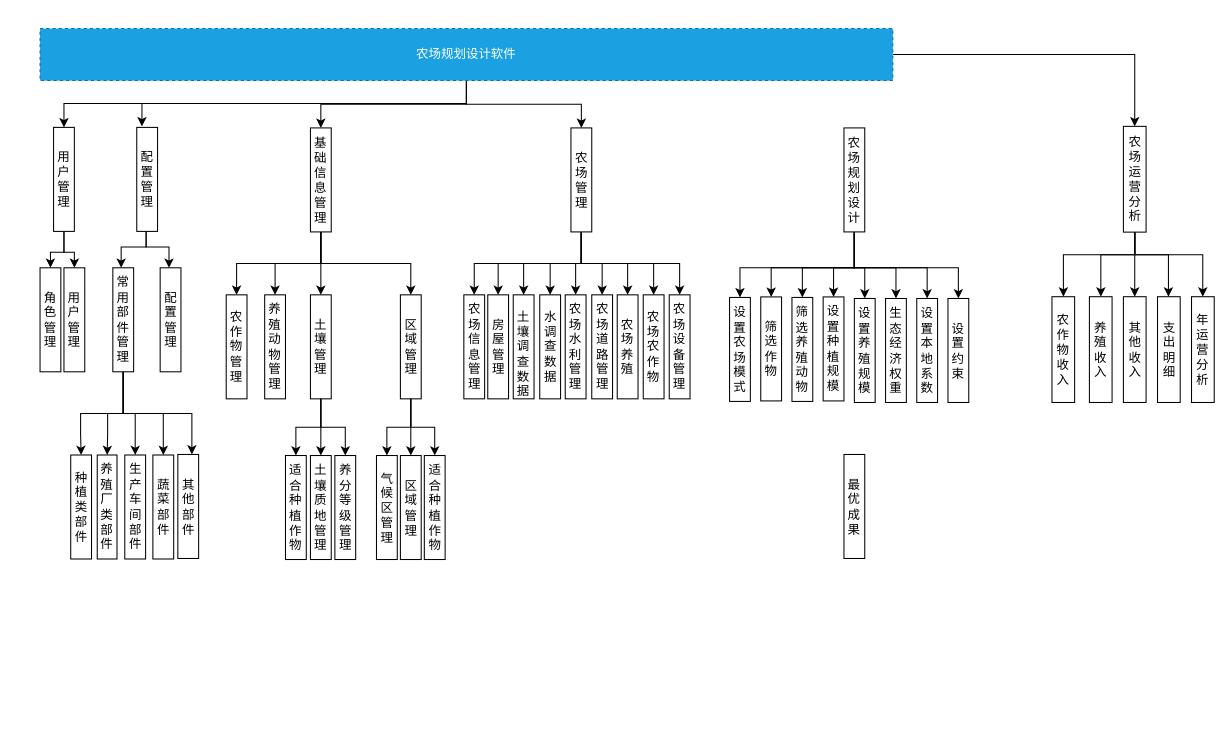
Above: page "系统功能模块" (6 of 6) of 农场规划界面.drawio in diversoft/systemImage (draw.io), before the change. Source tidied: cells renumbered, new cells numbered last; positions are measured from the earlier drawing's top-left corner, leaving out a move shared by most shapes. Both pictures are drawn from the tidied source at 104%, with x=0, y=0 at pixel (40, 28).
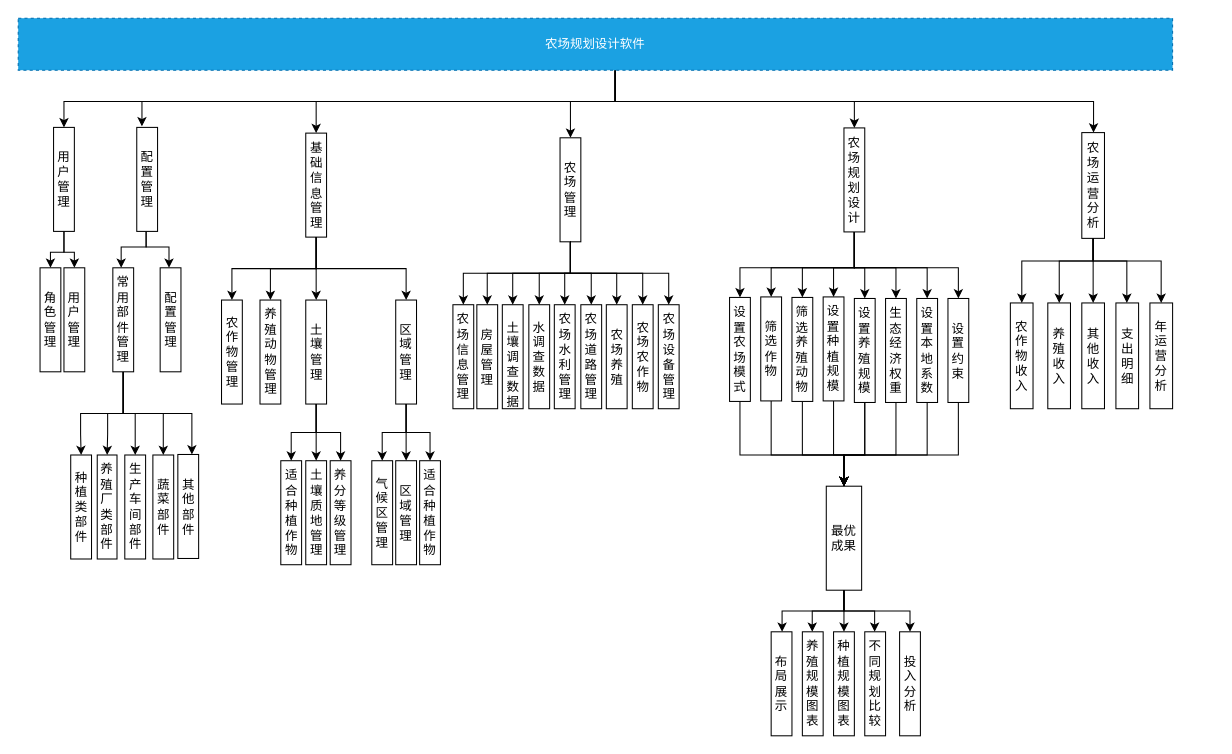
After the change.

Commit message (it also covers changes not shown here):
更新农场规划界面.drawio

The change refers to these unchanged cells:
```xml
<mxCell id="29" value="基础信息管理" style="rounded=0;whiteSpace=wrap;html=1;" parent="28" vertex="1">
  <mxGeometry x="81" width="20" height="100" as="geometry" />
</mxCell>
<mxCell id="80" value="农场规划设计" style="rounded=0;whiteSpace=wrap;html=1;" parent="1" vertex="1">
  <mxGeometry x="773" y="95.5" width="20" height="100" as="geometry" />
</mxCell>
<mxCell id="82" value="设置农场模式" style="rounded=0;whiteSpace=wrap;html=1;" parent="1" vertex="1">
  <mxGeometry x="663" y="258.5" width="20" height="100" as="geometry" />
</mxCell>
<mxCell id="83" value="设置约束" style="rounded=0;whiteSpace=wrap;html=1;" parent="1" vertex="1">
  <mxGeometry x="873" y="259.5" width="20" height="100" as="geometry" />
</mxCell>
<mxCell id="84" value="设置本地系数" style="rounded=0;whiteSpace=wrap;html=1;" parent="1" vertex="1">
  <mxGeometry x="843" y="259.5" width="20" height="100" as="geometry" />
</mxCell>
<mxCell id="85" value="生态经济权重" style="rounded=0;whiteSpace=wrap;html=1;" parent="1" vertex="1">
  <mxGeometry x="813" y="259.5" width="20" height="100" as="geometry" />
</mxCell>
<mxCell id="86" value="设置养殖规模" style="rounded=0;whiteSpace=wrap;html=1;" parent="1" vertex="1">
  <mxGeometry x="783" y="259.5" width="20" height="100" as="geometry" />
</mxCell>
<mxCell id="87" value="设置种植规模" style="rounded=0;whiteSpace=wrap;html=1;" parent="1" vertex="1">
  <mxGeometry x="753" y="258" width="20" height="100" as="geometry" />
</mxCell>
<mxCell id="88" value="筛选养殖动物" style="rounded=0;whiteSpace=wrap;html=1;" parent="1" vertex="1">
  <mxGeometry x="723" y="258.5" width="20" height="100" as="geometry" />
</mxCell>
<mxCell id="89" value="筛选作物" style="rounded=0;whiteSpace=wrap;html=1;" parent="1" vertex="1">
  <mxGeometry x="693" y="258" width="20" height="100" as="geometry" />
</mxCell>
<mxCell id="91" value="农场运营分析" style="rounded=0;whiteSpace=wrap;html=1;" parent="90" vertex="1">
  <mxGeometry x="68.7" y="4.5" width="21.8" height="101.7" as="geometry" />
</mxCell>
```

Change to the diagram source:
```diff
@@
     <mxCell id="2" style="edgeStyle=orthogonalEdgeStyle;rounded=0;jettySize=auto;html=1;" parent="1" edge="1" source="7">
       <mxGeometry relative="1" as="geometry">
         <mxPoint x="23" y="95" as="targetPoint" />
         <Array as="points">
-          <mxPoint x="410" y="72" />
-          <mxPoint x="23" y="72" />
+          <mxPoint x="553" y="70" />
+          <mxPoint x="23" y="70" />
         </Array>
       </mxGeometry>
     </mxCell>
     <mxCell id="3" style="edgeStyle=orthogonalEdgeStyle;rounded=0;jettySize=auto;html=1;entryX=0.5;entryY=0;entryDx=0;entryDy=0;" parent="1" edge="1" source="7" target="29">
-      <mxGeometry relative="1" as="geometry" />
+      <mxGeometry relative="1" as="geometry">
+        <Array as="points">
+          <mxPoint x="553" y="70" />
+          <mxPoint x="265" y="70" />
+        </Array>
+      </mxGeometry>
     </mxCell>
-    <mxCell id="4" style="edgeStyle=orthogonalEdgeStyle;rounded=0;jettySize=auto;html=1;entryX=0.5;entryY=0;entryDx=0;entryDy=0;" parent="1" edge="1" source="7" target="9">
-      <mxGeometry relative="1" as="geometry" />
-    </mxCell>
     <mxCell id="5" style="edgeStyle=orthogonalEdgeStyle;rounded=0;jettySize=auto;html=1;" parent="1" edge="1" source="7" target="91">
-      <mxGeometry relative="1" as="geometry" />
+      <mxGeometry relative="1" as="geometry">
+        <Array as="points">
+          <mxPoint x="553" y="70" />
+          <mxPoint x="1013" y="70" />
+        </Array>
+      </mxGeometry>
     </mxCell>
-    <mxCell id="6" style="edgeStyle=orthogonalEdgeStyle;rounded=0;orthogonalLoop=1;jettySize=auto;html=1;entryX=0.25;entryY=0;entryDx=0;entryDy=0;" parent="1" edge="1">
+    <mxCell id="6" style="edgeStyle=orthogonalEdgeStyle;rounded=0;jettySize=auto;html=1;entryX=0.25;entryY=0;entryDx=0;entryDy=0;" parent="1" edge="1" source="7">
       <mxGeometry relative="1" as="geometry">
-        <mxPoint x="410" y="49" as="sourcePoint" />
         <mxPoint x="98" y="94" as="targetPoint" />
         <Array as="points">
-          <mxPoint x="410" y="72" />
-          <mxPoint x="98" y="72" />
+          <mxPoint x="553" y="70" />
+          <mxPoint x="98" y="70" />
         </Array>
       </mxGeometry>
     </mxCell>
+    <mxCell id="102" style="edgeStyle=orthogonalEdgeStyle;rounded=0;jettySize=auto;html=1;entryX=0.5;entryY=0;entryDx=0;entryDy=0;" parent="1" edge="1" source="7" target="80">
+      <mxGeometry relative="1" as="geometry">
+        <Array as="points">
+          <mxPoint x="553" y="70" />
+          <mxPoint x="783" y="70" />
+        </Array>
+      </mxGeometry>
+    </mxCell>
+    <mxCell id="4" style="edgeStyle=orthogonalEdgeStyle;rounded=0;jettySize=auto;html=1;entryX=0.5;entryY=0;entryDx=0;entryDy=0;" parent="1" edge="1" source="7" target="9">
+      <mxGeometry relative="1" as="geometry">
+        <Array as="points">
+          <mxPoint x="553" y="70" />
+          <mxPoint x="510" y="70" />
+        </Array>
+      </mxGeometry>
+    </mxCell>
     <mxCell id="7" value="农场规划设计软件" style="rounded=0;whiteSpace=wrap;html=1;dashed=1;fillColor=#1ba1e2;strokeColor=#006EAF;fontColor=#ffffff;" parent="1" vertex="1">
-      <mxGeometry width="820" height="50" as="geometry" />
+      <mxGeometry x="-21" y="-10" width="1110" height="50" as="geometry" />
     </mxCell>
-    <mxCell id="8" style="group;" parent="1" vertex="1">
-      <mxGeometry x="407.5" y="95.5" width="217.5" height="260.5" as="geometry" />
-    </mxCell>
-    <mxCell id="9" value="农场管理&lt;br&gt;" style="rounded=0;whiteSpace=wrap;html=1;" parent="8" vertex="1">
-      <mxGeometry x="103" width="20" height="100" as="geometry" />
-    </mxCell>
-    <mxCell id="10" value="农场设备管理&lt;br&gt;" style="rounded=0;whiteSpace=wrap;html=1;" parent="8" vertex="1">
-      <mxGeometry x="197.5" y="160.5" width="20" height="100" as="geometry" />
-    </mxCell>
-    <mxCell id="11" style="edgeStyle=orthogonalEdgeStyle;rounded=0;jettySize=auto;html=1;exitX=0.5;exitY=1;exitDx=0;exitDy=0;" parent="8" edge="1" source="9" target="10">
-      <mxGeometry relative="1" as="geometry" />
-    </mxCell>
-    <mxCell id="12" value="农场农作物&lt;br&gt;" style="rounded=0;whiteSpace=wrap;html=1;" parent="8" vertex="1">
-      <mxGeometry x="172.5" y="160.5" width="20" height="100" as="geometry" />
-    </mxCell>
-    <mxCell id="13" style="edgeStyle=orthogonalEdgeStyle;rounded=0;jettySize=auto;html=1;exitX=0.5;exitY=1;exitDx=0;exitDy=0;" parent="8" edge="1" source="9" target="12">
-      <mxGeometry relative="1" as="geometry" />
-    </mxCell>
-    <mxCell id="14" value="农场养殖&lt;br&gt;" style="rounded=0;whiteSpace=wrap;html=1;" parent="8" vertex="1">
-      <mxGeometry x="147.5" y="160.5" width="20" height="100" as="geometry" />
-    </mxCell>
-    <mxCell id="15" style="edgeStyle=orthogonalEdgeStyle;rounded=0;jettySize=auto;html=1;exitX=0.5;exitY=1;exitDx=0;exitDy=0;" parent="8" edge="1" source="9" target="14">
-      <mxGeometry relative="1" as="geometry" />
-    </mxCell>
-    <mxCell id="16" value="农场&lt;br&gt;道路管理&lt;br&gt;" style="rounded=0;whiteSpace=wrap;html=1;" parent="8" vertex="1">
-      <mxGeometry x="123" y="160.5" width="20" height="100" as="geometry" />
-    </mxCell>
-    <mxCell id="17" style="edgeStyle=orthogonalEdgeStyle;rounded=0;jettySize=auto;html=1;exitX=0.5;exitY=1;exitDx=0;exitDy=0;" parent="8" edge="1" source="9" target="16">
-      <mxGeometry relative="1" as="geometry" />
-    </mxCell>
-    <mxCell id="18" value="农场水利管理&lt;br&gt;" style="rounded=0;whiteSpace=wrap;html=1;" parent="8" vertex="1">
-      <mxGeometry x="97.5" y="160.5" width="20" height="100" as="geometry" />
-    </mxCell>
-    <mxCell id="19" style="edgeStyle=orthogonalEdgeStyle;rounded=0;jettySize=auto;html=1;" parent="8" edge="1" source="9" target="18">
-      <mxGeometry relative="1" as="geometry" />
-    </mxCell>
-    <mxCell id="20" value="水调查数据&lt;br&gt;" style="rounded=0;whiteSpace=wrap;html=1;" parent="8" vertex="1">
-      <mxGeometry x="73" y="160.5" width="20" height="100" as="geometry" />
-    </mxCell>
-    <mxCell id="21" style="edgeStyle=orthogonalEdgeStyle;rounded=0;jettySize=auto;html=1;exitX=0.5;exitY=1;exitDx=0;exitDy=0;" parent="8" edge="1" source="9" target="20">
-      <mxGeometry relative="1" as="geometry" />
-    </mxCell>
-    <mxCell id="22" value="&lt;br&gt;土壤调查数据&lt;br&gt;" style="rounded=0;whiteSpace=wrap;html=1;" parent="8" vertex="1">
-      <mxGeometry x="47.5" y="160.5" width="20" height="100" as="geometry" />
-    </mxCell>
-    <mxCell id="23" style="edgeStyle=orthogonalEdgeStyle;rounded=0;jettySize=auto;html=1;exitX=0.5;exitY=1;exitDx=0;exitDy=0;" parent="8" edge="1" source="9" target="22">
-      <mxGeometry relative="1" as="geometry" />
-    </mxCell>
-    <mxCell id="24" value="房屋管理&lt;br&gt;" style="rounded=0;whiteSpace=wrap;html=1;" parent="8" vertex="1">
-      <mxGeometry x="23" y="160.5" width="20" height="100" as="geometry" />
-    </mxCell>
-    <mxCell id="25" style="edgeStyle=orthogonalEdgeStyle;rounded=0;jettySize=auto;html=1;exitX=0.5;exitY=1;exitDx=0;exitDy=0;" parent="8" edge="1" source="9" target="24">
-      <mxGeometry relative="1" as="geometry" />
-    </mxCell>
-    <mxCell id="26" value="农场&lt;br&gt;信息管理&lt;br&gt;" style="rounded=0;whiteSpace=wrap;html=1;" parent="8" vertex="1">
-      <mxGeometry y="160.5" width="20" height="100" as="geometry" />
-    </mxCell>
-    <mxCell id="27" style="edgeStyle=orthogonalEdgeStyle;rounded=0;jettySize=auto;html=1;exitX=0.5;exitY=1;exitDx=0;exitDy=0;" parent="8" edge="1" source="9" target="26">
-      <mxGeometry relative="1" as="geometry" />
-    </mxCell>
     <mxCell id="28" style="group;" parent="1" vertex="1">
-      <mxGeometry x="179" y="95.5" width="210.5" height="415" as="geometry" />
+      <mxGeometry x="174.5" y="100.5" width="210.5" height="415" as="geometry" />
     </mxCell>
@@
-    <mxCell id="81" value="最优成果" style="rounded=0;whiteSpace=wrap;html=1;" parent="1" vertex="1">
-      <mxGeometry x="773" y="409.5" width="20" height="100" as="geometry" />
-    </mxCell>
+    <mxCell id="103" style="edgeStyle=orthogonalEdgeStyle;rounded=0;jettySize=auto;html=1;entryX=0.5;entryY=0;entryDx=0;entryDy=0;" parent="1" edge="1" source="82" target="81">
+      <mxGeometry relative="1" as="geometry">
+        <Array as="points">
+          <mxPoint x="673" y="410" />
+          <mxPoint x="773" y="410" />
+        </Array>
+      </mxGeometry>
+    </mxCell>
@@
+    <mxCell id="104" style="edgeStyle=orthogonalEdgeStyle;rounded=0;jettySize=auto;html=1;entryX=0.5;entryY=0;entryDx=0;entryDy=0;" parent="1" edge="1" source="83" target="81">
+      <mxGeometry relative="1" as="geometry">
+        <Array as="points">
+          <mxPoint x="883" y="410" />
+          <mxPoint x="773" y="410" />
+        </Array>
+      </mxGeometry>
+    </mxCell>
@@
+    <mxCell id="105" style="edgeStyle=orthogonalEdgeStyle;rounded=0;jettySize=auto;html=1;" parent="1" edge="1" source="84">
+      <mxGeometry relative="1" as="geometry">
+        <mxPoint x="773" y="490" as="targetPoint" />
+        <Array as="points">
+          <mxPoint x="853" y="410" />
+          <mxPoint x="773" y="410" />
+        </Array>
+      </mxGeometry>
+    </mxCell>
@@
+    <mxCell id="106" style="edgeStyle=orthogonalEdgeStyle;rounded=0;jettySize=auto;html=1;entryX=0.5;entryY=0;entryDx=0;entryDy=0;" parent="1" edge="1" source="85" target="81">
+      <mxGeometry relative="1" as="geometry">
+        <Array as="points">
+          <mxPoint x="823" y="410" />
+          <mxPoint x="773" y="410" />
+        </Array>
+      </mxGeometry>
+    </mxCell>
@@
+    <mxCell id="107" style="edgeStyle=orthogonalEdgeStyle;rounded=0;jettySize=auto;html=1;entryX=0.5;entryY=0;entryDx=0;entryDy=0;" parent="1" edge="1" source="86" target="81">
+      <mxGeometry relative="1" as="geometry">
+        <Array as="points">
+          <mxPoint x="793" y="410" />
+          <mxPoint x="773" y="410" />
+        </Array>
+      </mxGeometry>
+    </mxCell>
+    <mxCell id="108" style="edgeStyle=orthogonalEdgeStyle;rounded=0;jettySize=auto;html=1;entryX=0.5;entryY=0;entryDx=0;entryDy=0;" parent="1" edge="1" source="86" target="81">
+      <mxGeometry relative="1" as="geometry">
+        <Array as="points">
+          <mxPoint x="793" y="410" />
+          <mxPoint x="773" y="410" />
+        </Array>
+      </mxGeometry>
+    </mxCell>
@@
+    <mxCell id="109" style="edgeStyle=orthogonalEdgeStyle;rounded=0;jettySize=auto;html=1;entryX=0.5;entryY=0;entryDx=0;entryDy=0;" parent="1" edge="1" source="87" target="81">
+      <mxGeometry relative="1" as="geometry">
+        <Array as="points">
+          <mxPoint x="763" y="410" />
+          <mxPoint x="773" y="410" />
+        </Array>
+      </mxGeometry>
+    </mxCell>
@@
+    <mxCell id="110" style="edgeStyle=orthogonalEdgeStyle;rounded=0;jettySize=auto;html=1;entryX=0.5;entryY=0;entryDx=0;entryDy=0;" parent="1" edge="1" source="88" target="81">
+      <mxGeometry relative="1" as="geometry">
+        <Array as="points">
+          <mxPoint x="733" y="410" />
+          <mxPoint x="773" y="410" />
+        </Array>
+      </mxGeometry>
+    </mxCell>
@@
+    <mxCell id="111" style="edgeStyle=orthogonalEdgeStyle;rounded=0;jettySize=auto;html=1;" parent="1" edge="1" source="89" target="81">
+      <mxGeometry relative="1" as="geometry">
+        <Array as="points">
+          <mxPoint x="703" y="410" />
+          <mxPoint x="773" y="410" />
+        </Array>
+      </mxGeometry>
+    </mxCell>
@@
     <mxCell id="90" style="group;" parent="1" vertex="1">
-      <mxGeometry x="973" y="89.5" width="156" height="270" as="geometry" />
+      <mxGeometry x="933" y="95.5" width="156" height="270" as="geometry" />
     </mxCell>
@@
+    <mxCell id="112" style="group;" parent="1" vertex="1">
+      <mxGeometry x="703" y="440" width="143.5" height="240" as="geometry" />
+    </mxCell>
+    <mxCell id="81" value="最优成果" style="rounded=0;whiteSpace=wrap;html=1;" parent="112" vertex="1">
+      <mxGeometry x="53" width="34" height="100" as="geometry" />
+    </mxCell>
+    <mxCell id="113" value="投入分析" style="rounded=0;whiteSpace=wrap;html=1;" parent="112" vertex="1">
+      <mxGeometry x="123.5" y="140" width="20" height="100" as="geometry" />
+    </mxCell>
+    <mxCell id="114" style="edgeStyle=orthogonalEdgeStyle;rounded=0;jettySize=auto;html=1;exitX=0.5;exitY=1;exitDx=0;exitDy=0;" parent="112" edge="1" source="81" target="113">
+      <mxGeometry relative="1" as="geometry">
+        <Array as="points">
+          <mxPoint x="70.5" y="120" />
+          <mxPoint x="133.5" y="120" />
+        </Array>
+      </mxGeometry>
+    </mxCell>
+    <mxCell id="115" value="不同规划比较" style="rounded=0;whiteSpace=wrap;html=1;" parent="112" vertex="1">
+      <mxGeometry x="90" y="140" width="20" height="100" as="geometry" />
+    </mxCell>
+    <mxCell id="116" style="edgeStyle=orthogonalEdgeStyle;rounded=0;jettySize=auto;html=1;exitX=0.5;exitY=1;exitDx=0;exitDy=0;" parent="112" edge="1" source="81" target="115">
+      <mxGeometry relative="1" as="geometry">
+        <Array as="points">
+          <mxPoint x="70.5" y="120" />
+          <mxPoint x="99.5" y="120" />
+        </Array>
+      </mxGeometry>
+    </mxCell>
+    <mxCell id="117" value="种植规模图表" style="rounded=0;whiteSpace=wrap;html=1;" parent="112" vertex="1">
+      <mxGeometry x="60" y="140" width="20" height="100" as="geometry" />
+    </mxCell>
+    <mxCell id="118" style="edgeStyle=orthogonalEdgeStyle;rounded=0;jettySize=auto;html=1;" parent="112" edge="1" source="81" target="117">
+      <mxGeometry relative="1" as="geometry">
+        <Array as="points">
+          <mxPoint x="70.5" y="110" />
+          <mxPoint x="70.5" y="110" />
+        </Array>
+      </mxGeometry>
+    </mxCell>
+    <mxCell id="119" value="养殖规模图表" style="rounded=0;whiteSpace=wrap;html=1;" parent="112" vertex="1">
+      <mxGeometry x="30" y="140" width="20" height="100" as="geometry" />
+    </mxCell>
+    <mxCell id="120" style="edgeStyle=orthogonalEdgeStyle;rounded=0;jettySize=auto;html=1;exitX=0.5;exitY=1;exitDx=0;exitDy=0;" parent="112" edge="1" source="81" target="119">
+      <mxGeometry relative="1" as="geometry">
+        <Array as="points">
+          <mxPoint x="70.5" y="120" />
+          <mxPoint x="39.5" y="120" />
+        </Array>
+      </mxGeometry>
+    </mxCell>
+    <mxCell id="121" value="布局展示" style="rounded=0;whiteSpace=wrap;html=1;" parent="112" vertex="1">
+      <mxGeometry y="140" width="20" height="100" as="geometry" />
+    </mxCell>
+    <mxCell id="122" style="edgeStyle=orthogonalEdgeStyle;rounded=0;jettySize=auto;html=1;exitX=0.5;exitY=1;exitDx=0;exitDy=0;" parent="112" edge="1" source="81" target="121">
+      <mxGeometry relative="1" as="geometry">
+        <Array as="points">
+          <mxPoint x="70.5" y="120" />
+          <mxPoint x="10.5" y="120" />
+        </Array>
+      </mxGeometry>
+    </mxCell>
+    <mxCell id="123" style="group;" parent="1" vertex="1">
+      <mxGeometry x="397" y="105" width="217.5" height="260.5" as="geometry" />
+    </mxCell>
+    <mxCell id="9" value="农场管理&lt;br&gt;" style="rounded=0;whiteSpace=wrap;html=1;" parent="123" vertex="1">
+      <mxGeometry x="103" width="20" height="100" as="geometry" />
+    </mxCell>
+    <mxCell id="10" value="农场设备管理&lt;br&gt;" style="rounded=0;whiteSpace=wrap;html=1;" parent="123" vertex="1">
+      <mxGeometry x="197.5" y="160.5" width="20" height="100" as="geometry" />
+    </mxCell>
+    <mxCell id="11" style="edgeStyle=orthogonalEdgeStyle;rounded=0;jettySize=auto;html=1;exitX=0.5;exitY=1;exitDx=0;exitDy=0;" parent="123" edge="1" source="9" target="10">
+      <mxGeometry relative="1" as="geometry" />
+    </mxCell>
+    <mxCell id="12" value="农场农作物&lt;br&gt;" style="rounded=0;whiteSpace=wrap;html=1;" parent="123" vertex="1">
+      <mxGeometry x="172.5" y="160.5" width="20" height="100" as="geometry" />
+    </mxCell>
+    <mxCell id="13" style="edgeStyle=orthogonalEdgeStyle;rounded=0;jettySize=auto;html=1;exitX=0.5;exitY=1;exitDx=0;exitDy=0;" parent="123" edge="1" source="9" target="12">
+      <mxGeometry relative="1" as="geometry" />
+    </mxCell>
+    <mxCell id="14" value="农场养殖&lt;br&gt;" style="rounded=0;whiteSpace=wrap;html=1;" parent="123" vertex="1">
+      <mxGeometry x="147.5" y="160.5" width="20" height="100" as="geometry" />
+    </mxCell>
+    <mxCell id="15" style="edgeStyle=orthogonalEdgeStyle;rounded=0;jettySize=auto;html=1;exitX=0.5;exitY=1;exitDx=0;exitDy=0;" parent="123" edge="1" source="9" target="14">
+      <mxGeometry relative="1" as="geometry" />
+    </mxCell>
+    <mxCell id="16" value="农场&lt;br&gt;道路管理&lt;br&gt;" style="rounded=0;whiteSpace=wrap;html=1;" parent="123" vertex="1">
+      <mxGeometry x="123" y="160.5" width="20" height="100" as="geometry" />
+    </mxCell>
+    <mxCell id="17" style="edgeStyle=orthogonalEdgeStyle;rounded=0;jettySize=auto;html=1;exitX=0.5;exitY=1;exitDx=0;exitDy=0;" parent="123" edge="1" source="9" target="16">
+      <mxGeometry relative="1" as="geometry" />
+    </mxCell>
+    <mxCell id="18" value="农场水利管理&lt;br&gt;" style="rounded=0;whiteSpace=wrap;html=1;" parent="123" vertex="1">
+      <mxGeometry x="97.5" y="160.5" width="20" height="100" as="geometry" />
+    </mxCell>
+    <mxCell id="19" style="edgeStyle=orthogonalEdgeStyle;rounded=0;jettySize=auto;html=1;" parent="123" edge="1" source="9" target="18">
+      <mxGeometry relative="1" as="geometry" />
+    </mxCell>
+    <mxCell id="20" value="水调查数据&lt;br&gt;" style="rounded=0;whiteSpace=wrap;html=1;" parent="123" vertex="1">
+      <mxGeometry x="73" y="160.5" width="20" height="100" as="geometry" />
+    </mxCell>
+    <mxCell id="21" style="edgeStyle=orthogonalEdgeStyle;rounded=0;jettySize=auto;html=1;exitX=0.5;exitY=1;exitDx=0;exitDy=0;" parent="123" edge="1" source="9" target="20">
+      <mxGeometry relative="1" as="geometry" />
+    </mxCell>
+    <mxCell id="22" value="&lt;br&gt;土壤调查数据&lt;br&gt;" style="rounded=0;whiteSpace=wrap;html=1;" parent="123" vertex="1">
+      <mxGeometry x="47.5" y="160.5" width="20" height="100" as="geometry" />
+    </mxCell>
+    <mxCell id="23" style="edgeStyle=orthogonalEdgeStyle;rounded=0;jettySize=auto;html=1;exitX=0.5;exitY=1;exitDx=0;exitDy=0;" parent="123" edge="1" source="9" target="22">
+      <mxGeometry relative="1" as="geometry" />
+    </mxCell>
+    <mxCell id="24" value="房屋管理&lt;br&gt;" style="rounded=0;whiteSpace=wrap;html=1;" parent="123" vertex="1">
+      <mxGeometry x="23" y="160.5" width="20" height="100" as="geometry" />
+    </mxCell>
+    <mxCell id="25" style="edgeStyle=orthogonalEdgeStyle;rounded=0;jettySize=auto;html=1;exitX=0.5;exitY=1;exitDx=0;exitDy=0;" parent="123" edge="1" source="9" target="24">
+      <mxGeometry relative="1" as="geometry" />
+    </mxCell>
+    <mxCell id="26" value="农场&lt;br&gt;信息管理&lt;br&gt;" style="rounded=0;whiteSpace=wrap;html=1;" parent="123" vertex="1">
+      <mxGeometry y="160.5" width="20" height="100" as="geometry" />
+    </mxCell>
+    <mxCell id="27" style="edgeStyle=orthogonalEdgeStyle;rounded=0;jettySize=auto;html=1;exitX=0.5;exitY=1;exitDx=0;exitDy=0;" parent="123" edge="1" source="9" target="26">
+      <mxGeometry relative="1" as="geometry" />
+    </mxCell>
```
